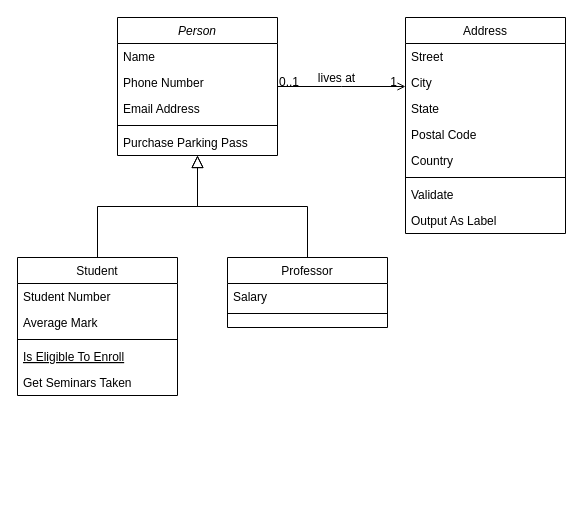
Earlier version of the draw.io diagram class diagram.drawio (Parkjungmine/RWStudy). Source tidied: cells renumbered, new cells numbered last; positions are measured from the earlier drawing's top-left corner, leaving out a move shared by most shapes. Both pictures are drawn from the tidied source at 100%, with x=0, y=0 at pixel (17, 17).
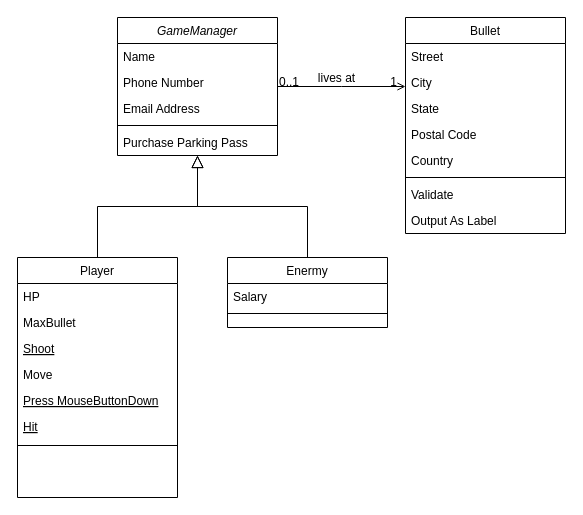
The same page after the edit.

Diff of the diagram source:
```diff
@@
-    <mxCell id="2" value="Person" style="swimlane;fontStyle=2;align=center;verticalAlign=top;horizontal=1;startSize=26;rounded=0;shadow=0;strokeWidth=1;" parent="1" vertex="1">
+    <mxCell id="2" value="GameManager" style="swimlane;fontStyle=2;align=center;verticalAlign=top;horizontal=1;startSize=26;rounded=0;shadow=0;strokeWidth=1;" parent="1" vertex="1">
       <mxGeometry x="100" width="160" height="138" as="geometry" />
     </mxCell>
@@
-    <mxCell id="8" value="Student" style="swimlane;fontStyle=0;align=center;verticalAlign=top;horizontal=1;startSize=26;rounded=0;shadow=0;strokeWidth=1;" parent="1" vertex="1">
-      <mxGeometry y="240" width="160" height="138" as="geometry" />
+    <mxCell id="8" value="Player" style="swimlane;fontStyle=0;align=center;verticalAlign=top;horizontal=1;startSize=26;rounded=0;shadow=0;strokeWidth=1;" parent="1" vertex="1">
+      <mxGeometry y="240" width="160" height="240" as="geometry" />
     </mxCell>
-    <mxCell id="9" value="Student Number" style="text;align=left;verticalAlign=top;spacingLeft=4;spacingRight=4;overflow=hidden;" parent="8" vertex="1">
+    <mxCell id="9" value="HP" style="text;align=left;verticalAlign=top;spacingLeft=4;spacingRight=4;overflow=hidden;" parent="8" vertex="1">
       <mxGeometry y="26" width="160" height="26" as="geometry" />
     </mxCell>
-    <mxCell id="10" value="Average Mark" style="text;align=left;verticalAlign=top;spacingLeft=4;spacingRight=4;overflow=hidden;rounded=0;shadow=0;html=0;" parent="8" vertex="1">
+    <mxCell id="10" value="MaxBullet" style="text;align=left;verticalAlign=top;spacingLeft=4;spacingRight=4;overflow=hidden;rounded=0;shadow=0;html=0;" parent="8" vertex="1">
       <mxGeometry y="52" width="160" height="26" as="geometry" />
     </mxCell>
-    <mxCell id="11" style="line;html=1;strokeWidth=1;align=left;verticalAlign=middle;spacingTop=-1;spacingLeft=3;spacingRight=3;labelPosition=right;" parent="8" vertex="1">
-      <mxGeometry y="78" width="160" height="8" as="geometry" />
-    </mxCell>
-    <mxCell id="12" value="Is Eligible To Enroll" style="text;align=left;verticalAlign=top;spacingLeft=4;spacingRight=4;overflow=hidden;fontStyle=4;" parent="8" vertex="1">
-      <mxGeometry y="86" width="160" height="26" as="geometry" />
+    <mxCell id="12" value="Shoot" style="text;align=left;verticalAlign=top;spacingLeft=4;spacingRight=4;overflow=hidden;fontStyle=4;" parent="8" vertex="1">
+      <mxGeometry y="78" width="160" height="26" as="geometry" />
     </mxCell>
-    <mxCell id="13" value="Get Seminars Taken" style="text;align=left;verticalAlign=top;spacingLeft=4;spacingRight=4;overflow=hidden;" parent="8" vertex="1">
-      <mxGeometry y="112" width="160" height="26" as="geometry" />
+    <mxCell id="13" value="Move" style="text;align=left;verticalAlign=top;spacingLeft=4;spacingRight=4;overflow=hidden;" parent="8" vertex="1">
+      <mxGeometry y="104" width="160" height="26" as="geometry" />
     </mxCell>
+    <mxCell id="32" value="Press MouseButtonDown" style="text;align=left;verticalAlign=top;spacingLeft=4;spacingRight=4;overflow=hidden;fontStyle=4;" parent="8" vertex="1">
+      <mxGeometry y="130" width="160" height="26" as="geometry" />
+    </mxCell>
+    <mxCell id="33" value="Hit" style="text;align=left;verticalAlign=top;spacingLeft=4;spacingRight=4;overflow=hidden;fontStyle=4;" parent="8" vertex="1">
+      <mxGeometry y="156" width="160" height="26" as="geometry" />
+    </mxCell>
+    <mxCell id="11" style="line;html=1;strokeWidth=1;align=left;verticalAlign=middle;spacingTop=-1;spacingLeft=3;spacingRight=3;labelPosition=right;" parent="8" vertex="1">
+      <mxGeometry y="182" width="160" height="12" as="geometry" />
+    </mxCell>
@@
-    <mxCell id="15" value="Professor" style="swimlane;fontStyle=0;align=center;verticalAlign=top;horizontal=1;startSize=26;rounded=0;shadow=0;strokeWidth=1;" parent="1" vertex="1">
+    <mxCell id="15" value="Enermy" style="swimlane;fontStyle=0;align=center;verticalAlign=top;horizontal=1;startSize=26;rounded=0;shadow=0;strokeWidth=1;" parent="1" vertex="1">
       <mxGeometry x="210" y="240" width="160" height="70" as="geometry" />
     </mxCell>
@@
-    <mxCell id="19" value="Address" style="swimlane;fontStyle=0;align=center;verticalAlign=top;horizontal=1;startSize=26;rounded=0;shadow=0;strokeWidth=1;" parent="1" vertex="1">
+    <mxCell id="19" value="Bullet" style="swimlane;fontStyle=0;align=center;verticalAlign=top;horizontal=1;startSize=26;rounded=0;shadow=0;strokeWidth=1;" parent="1" vertex="1">
       <mxGeometry x="388" width="160" height="216" as="geometry" />
     </mxCell>
```
